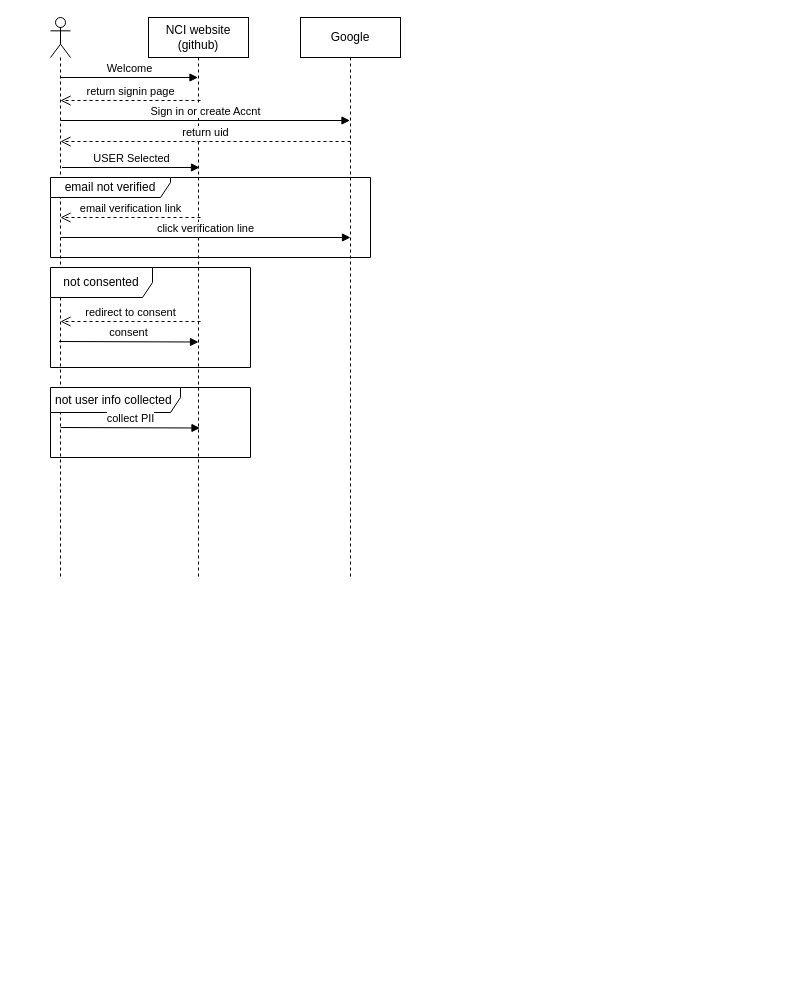
The draw.io diagram AccountCreation/AccountCreationSeqDiag.drawio in episphere/doc, before the edit. Source tidied: cells renumbered, new cells numbered last; positions are measured from the earlier drawing's top-left corner, leaving out a move shared by most shapes. Both pictures are drawn from the tidied source at 100%, with x=0, y=0 at pixel (50, 17).
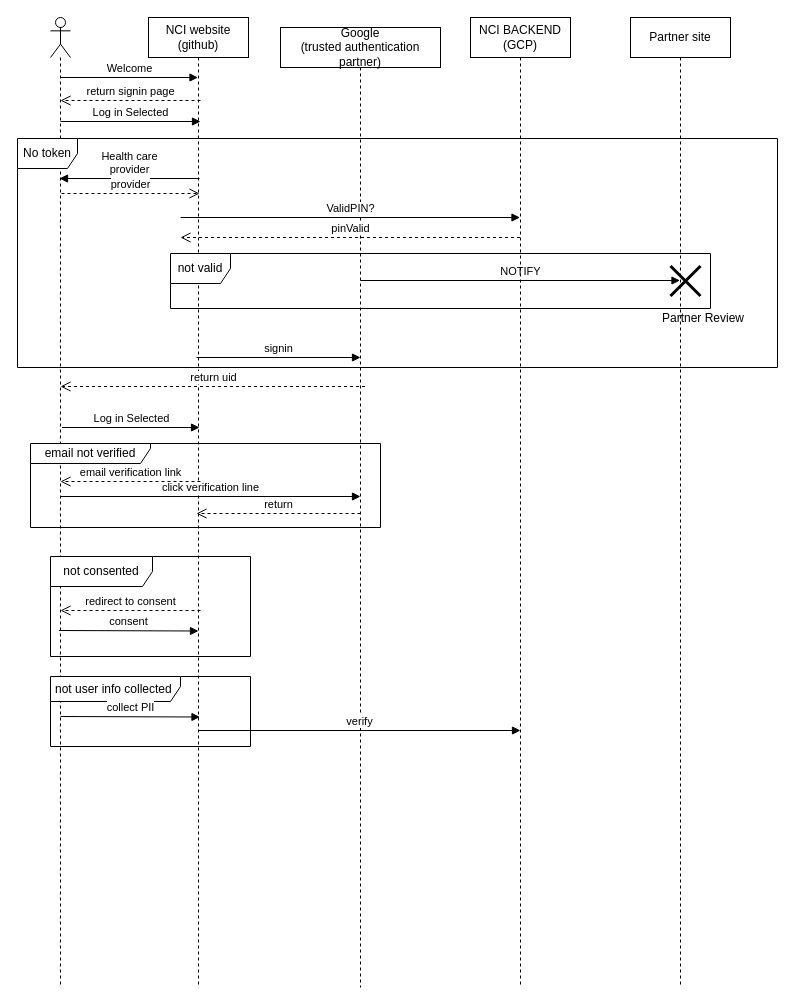
The same diagram, later.

Change to the diagram source:
```diff
@@
     <mxCell id="2" style="shape=umlLifeline;participant=umlActor;perimeter=lifelinePerimeter;whiteSpace=wrap;html=1;verticalAlign=top;spacingTop=36;labelBackgroundColor=#ffffff;" parent="1" vertex="1">
-      <mxGeometry width="20" height="560" as="geometry" />
+      <mxGeometry width="20" height="970" as="geometry" />
     </mxCell>
     <mxCell id="3" value="&lt;div&gt;NCI website&lt;/div&gt;&lt;div&gt;(github)&lt;br&gt;&lt;/div&gt;" style="shape=umlLifeline;perimeter=lifelinePerimeter;whiteSpace=wrap;html=1;" parent="1" vertex="1">
-      <mxGeometry x="98" width="100" height="560" as="geometry" />
+      <mxGeometry x="98" width="100" height="970" as="geometry" />
     </mxCell>
-    <mxCell id="4" value="&lt;div&gt;Google&lt;/div&gt;" style="shape=umlLifeline;perimeter=lifelinePerimeter;whiteSpace=wrap;html=1;" parent="1" vertex="1">
-      <mxGeometry x="250" width="100" height="560" as="geometry" />
+    <mxCell id="4" value="&lt;div&gt;Google&lt;/div&gt;&lt;div&gt;(trusted authentication partner)&lt;/div&gt;" style="shape=umlLifeline;perimeter=lifelinePerimeter;whiteSpace=wrap;html=1;" parent="1" vertex="1">
+      <mxGeometry x="230" y="10" width="160" height="960" as="geometry" />
     </mxCell>
+    <mxCell id="15" value="email not verified" style="shape=umlFrame;whiteSpace=wrap;html=1;width=120;height=20;" parent="4" vertex="1">
+      <mxGeometry x="-250" y="416" width="350" height="84" as="geometry" />
+    </mxCell>
+    <mxCell id="18" value="return" style="html=1;verticalAlign=bottom;endArrow=open;dashed=1;endSize=8;" parent="4" edge="1">
+      <mxGeometry relative="1" as="geometry">
+        <mxPoint x="80" y="486" as="sourcePoint" />
+        <mxPoint x="-84" y="486" as="targetPoint" />
+      </mxGeometry>
+    </mxCell>
+    <mxCell id="19" value="No token" style="shape=umlFrame;whiteSpace=wrap;html=1;" parent="4" vertex="1">
+      <mxGeometry x="-263" y="111" width="760" height="229" as="geometry" />
+    </mxCell>
+    <mxCell id="20" value="Health care&lt;br&gt;provider" style="html=1;verticalAlign=bottom;endArrow=block;" parent="4" edge="1">
+      <mxGeometry relative="1" as="geometry">
+        <mxPoint x="-81" y="151" as="sourcePoint" />
+        <mxPoint x="-221" y="151" as="targetPoint" />
+      </mxGeometry>
+    </mxCell>
+    <mxCell id="21" value="provider" style="html=1;verticalAlign=bottom;endArrow=open;dashed=1;endSize=8;" parent="4" edge="1">
+      <mxGeometry relative="1" as="geometry">
+        <mxPoint x="-219" y="166" as="sourcePoint" />
+        <mxPoint x="-81" y="166" as="targetPoint" />
+      </mxGeometry>
+    </mxCell>
+    <mxCell id="22" value="signin" style="html=1;verticalAlign=bottom;endArrow=block;" parent="4" edge="1">
+      <mxGeometry relative="1" as="geometry">
+        <mxPoint x="-84" y="330" as="sourcePoint" />
+        <mxPoint x="80" y="330" as="targetPoint" />
+      </mxGeometry>
+    </mxCell>
+    <mxCell id="23" value="ValidPIN?" style="html=1;verticalAlign=bottom;endArrow=block;" parent="4" edge="1" target="31">
+      <mxGeometry relative="1" as="geometry">
+        <mxPoint x="-100" y="190" as="sourcePoint" />
+      </mxGeometry>
+    </mxCell>
+    <mxCell id="24" value="pinValid" style="html=1;verticalAlign=bottom;endArrow=open;dashed=1;endSize=8;" parent="4" edge="1" source="31">
+      <mxGeometry relative="1" as="geometry">
+        <mxPoint x="-100" y="210" as="targetPoint" />
+      </mxGeometry>
+    </mxCell>
+    <mxCell id="25" value="not valid" style="shape=umlFrame;whiteSpace=wrap;html=1;" parent="4" vertex="1">
+      <mxGeometry x="-110" y="226" width="540" height="55" as="geometry" />
+    </mxCell>
+    <mxCell id="26" value="NOTIFY" style="html=1;verticalAlign=bottom;endArrow=block;" parent="4" edge="1" target="29">
+      <mxGeometry relative="1" as="geometry">
+        <mxPoint x="80" y="253" as="sourcePoint" />
+      </mxGeometry>
+    </mxCell>
+    <mxCell id="27" style="shape=umlDestroy;whiteSpace=wrap;html=1;strokeWidth=3;fontColor=#000000;" parent="4" vertex="1">
+      <mxGeometry x="390" y="238.5" width="30" height="30" as="geometry" />
+    </mxCell>
+    <mxCell id="28" value="Partner Review" style="text;html=1;align=left;verticalAlign=top;spacingTop=-4;fontColor=#000000;" parent="4" vertex="1">
+      <mxGeometry x="380" y="281" width="100" height="20" as="geometry" />
+    </mxCell>
@@
-    <mxCell id="6" value="Sign in or create Accnt" style="html=1;verticalAlign=bottom;endArrow=block;" parent="1" edge="1">
+    <mxCell id="6" value="Log in Selected" style="html=1;verticalAlign=bottom;endArrow=block;" parent="1" edge="1">
       <mxGeometry relative="1" as="geometry">
-        <mxPoint x="10" y="103" as="sourcePoint" />
-        <mxPoint x="299.5" y="103" as="targetPoint" />
+        <mxPoint x="10" y="104" as="sourcePoint" />
+        <mxPoint x="150" y="104" as="targetPoint" />
       </mxGeometry>
     </mxCell>
@@
     <mxCell id="8" value="return uid" style="html=1;verticalAlign=bottom;endArrow=open;dashed=1;endSize=8;" parent="1" edge="1">
       <mxGeometry relative="1" as="geometry">
-        <mxPoint x="300" y="124" as="sourcePoint" />
-        <mxPoint x="10" y="124" as="targetPoint" />
+        <mxPoint x="314.5" y="369" as="sourcePoint" />
+        <mxPoint x="10" y="369" as="targetPoint" />
       </mxGeometry>
     </mxCell>
-    <mxCell id="9" value="USER Selected" style="html=1;verticalAlign=bottom;endArrow=block;" parent="1" edge="1">
+    <mxCell id="9" value="Log in Selected" style="html=1;verticalAlign=bottom;endArrow=block;" parent="1" edge="1">
       <mxGeometry relative="1" as="geometry">
-        <mxPoint x="11.5" y="150" as="sourcePoint" />
-        <mxPoint x="149" y="150" as="targetPoint" />
+        <mxPoint x="11.5" y="410" as="sourcePoint" />
+        <mxPoint x="149" y="410" as="targetPoint" />
       </mxGeometry>
     </mxCell>
     <mxCell id="10" value="not consented" style="shape=umlFrame;whiteSpace=wrap;html=1;width=102;height=30;" parent="1" vertex="1">
-      <mxGeometry y="250" width="200" height="100" as="geometry" />
+      <mxGeometry y="539" width="200" height="100" as="geometry" />
     </mxCell>
     <mxCell id="11" value="consent" style="html=1;verticalAlign=bottom;endArrow=block;" parent="1" edge="1">
       <mxGeometry relative="1" as="geometry">
-        <mxPoint x="8.5" y="324" as="sourcePoint" />
-        <mxPoint x="148" y="324.5" as="targetPoint" />
+        <mxPoint x="8.5" y="613" as="sourcePoint" />
+        <mxPoint x="148" y="613.5" as="targetPoint" />
       </mxGeometry>
     </mxCell>
     <mxCell id="12" value="redirect to consent" style="html=1;verticalAlign=bottom;endArrow=open;dashed=1;endSize=8;" parent="1" edge="1">
       <mxGeometry relative="1" as="geometry">
-        <mxPoint x="150" y="304" as="sourcePoint" />
-        <mxPoint x="10" y="304" as="targetPoint" />
+        <mxPoint x="150" y="593" as="sourcePoint" />
+        <mxPoint x="10" y="593" as="targetPoint" />
       </mxGeometry>
     </mxCell>
     <mxCell id="13" value="not user info collected&amp;nbsp;" style="shape=umlFrame;whiteSpace=wrap;html=1;width=130;height=25;" parent="1" vertex="1">
-      <mxGeometry y="370" width="200" height="70" as="geometry" />
+      <mxGeometry y="659" width="200" height="70" as="geometry" />
     </mxCell>
     <mxCell id="14" value="collect PII" style="html=1;verticalAlign=bottom;endArrow=block;" parent="1" edge="1">
       <mxGeometry relative="1" as="geometry">
-        <mxPoint x="10" y="410" as="sourcePoint" />
-        <mxPoint x="149.5" y="410.5" as="targetPoint" />
+        <mxPoint x="10" y="699" as="sourcePoint" />
+        <mxPoint x="149.5" y="699.5" as="targetPoint" />
       </mxGeometry>
     </mxCell>
-    <mxCell id="15" value="email not verified" style="shape=umlFrame;whiteSpace=wrap;html=1;width=120;height=20;" parent="1" vertex="1">
-      <mxGeometry y="160" width="320" height="80" as="geometry" />
-    </mxCell>
     <mxCell id="16" value="click verification line" style="html=1;verticalAlign=bottom;endArrow=block;" parent="1" edge="1">
       <mxGeometry relative="1" as="geometry">
-        <mxPoint x="10" y="220" as="sourcePoint" />
-        <mxPoint x="300" y="220" as="targetPoint" />
+        <mxPoint x="10" y="479" as="sourcePoint" />
+        <mxPoint x="310" y="479" as="targetPoint" />
       </mxGeometry>
     </mxCell>
     <mxCell id="17" value="email verification link" style="html=1;verticalAlign=bottom;endArrow=open;dashed=1;endSize=8;" parent="1" edge="1">
       <mxGeometry relative="1" as="geometry">
-        <mxPoint x="150" y="200" as="sourcePoint" />
-        <mxPoint x="10" y="200" as="targetPoint" />
+        <mxPoint x="150" y="464" as="sourcePoint" />
+        <mxPoint x="10" y="464" as="targetPoint" />
       </mxGeometry>
     </mxCell>
+    <mxCell id="29" value="Partner site" style="shape=umlLifeline;perimeter=lifelinePerimeter;whiteSpace=wrap;html=1;outlineConnect=0;" parent="1" vertex="1">
+      <mxGeometry x="580" width="100" height="970" as="geometry" />
+    </mxCell>
+    <mxCell id="30" value="verify" style="html=1;verticalAlign=bottom;endArrow=block;" parent="1" edge="1">
+      <mxGeometry relative="1" as="geometry">
+        <mxPoint x="148" y="713" as="sourcePoint" />
+        <mxPoint x="470" y="713" as="targetPoint" />
+      </mxGeometry>
+    </mxCell>
+    <mxCell id="31" value="&lt;div&gt;NCI BACKEND&lt;/div&gt;&lt;div&gt;(GCP)&lt;br&gt;&lt;/div&gt;" style="shape=umlLifeline;perimeter=lifelinePerimeter;whiteSpace=wrap;html=1;outlineConnect=0;" parent="1" vertex="1">
+      <mxGeometry x="420" width="100" height="970" as="geometry" />
+    </mxCell>
```
